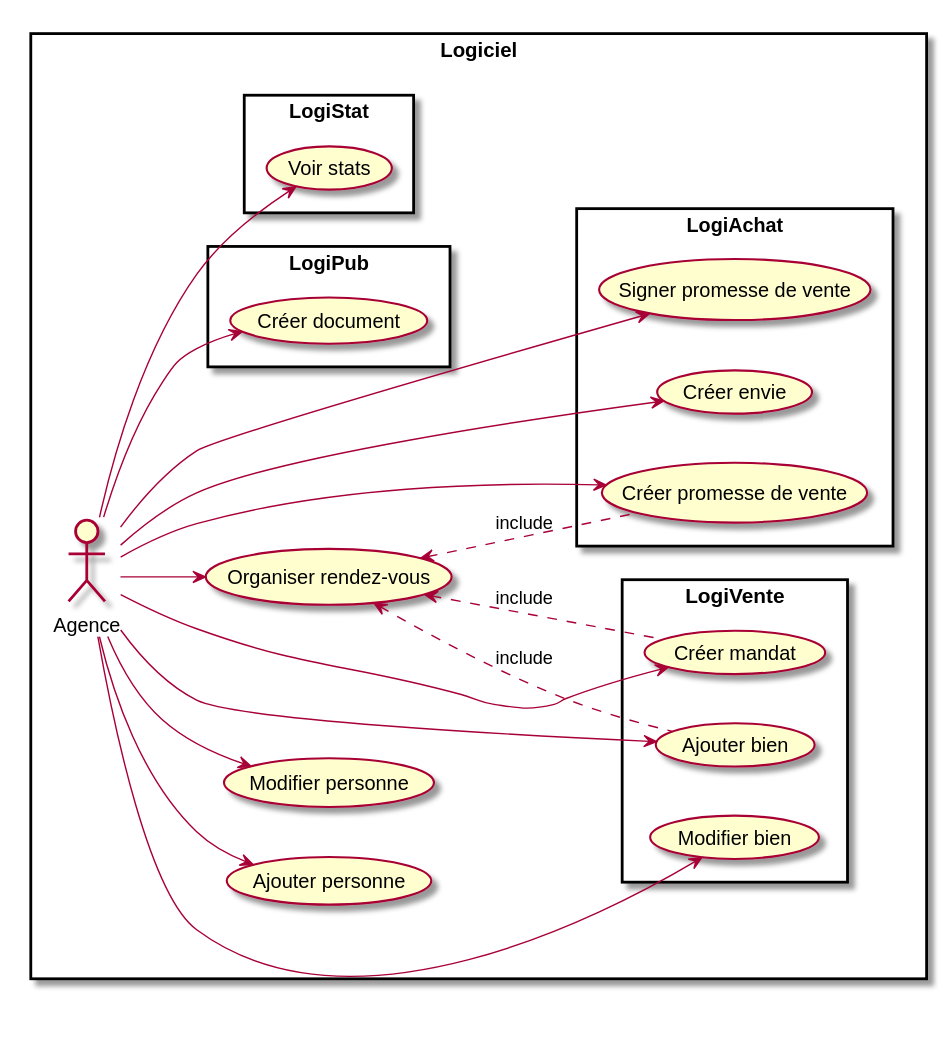
The PlantUML diagram DOC/UML/diagUseCase.svg in DenisGuiraudet/MIASHS_UML_PTUT, before a commit.
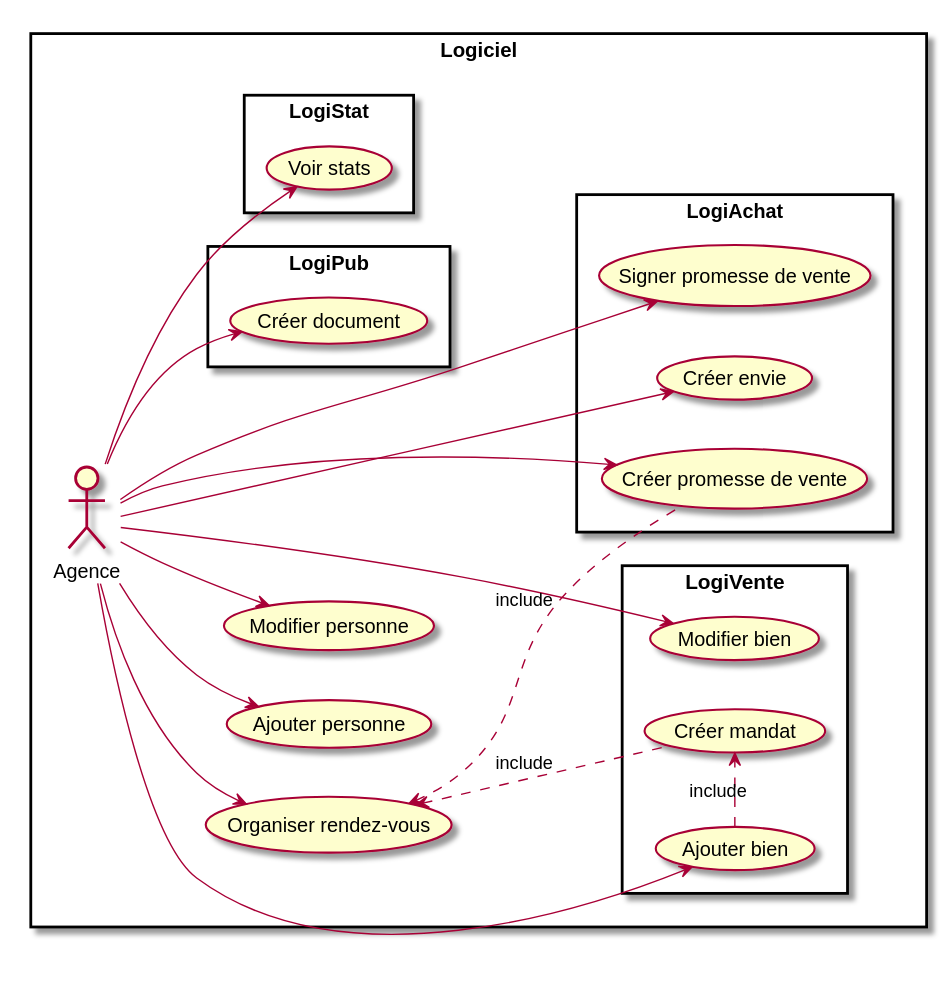
After the change.

Change to the diagram source:
```diff
@@ -11,10 +11,9 @@
   Agence --> (Organiser rendez-vous)
 
   rectangle "LogiVente"{
+    (Ajouter bien) .right.> (Créer mandat) : include
+    Agence --> (Modifier bien)
     Agence --> (Ajouter bien)
-    (Ajouter bien) .up.> (Organiser rendez-vous) : include
-    Agence --> (Modifier bien)
-    Agence --> (Créer mandat)
     (Créer mandat) .up.> (Organiser rendez-vous) : include
   }
 
```
